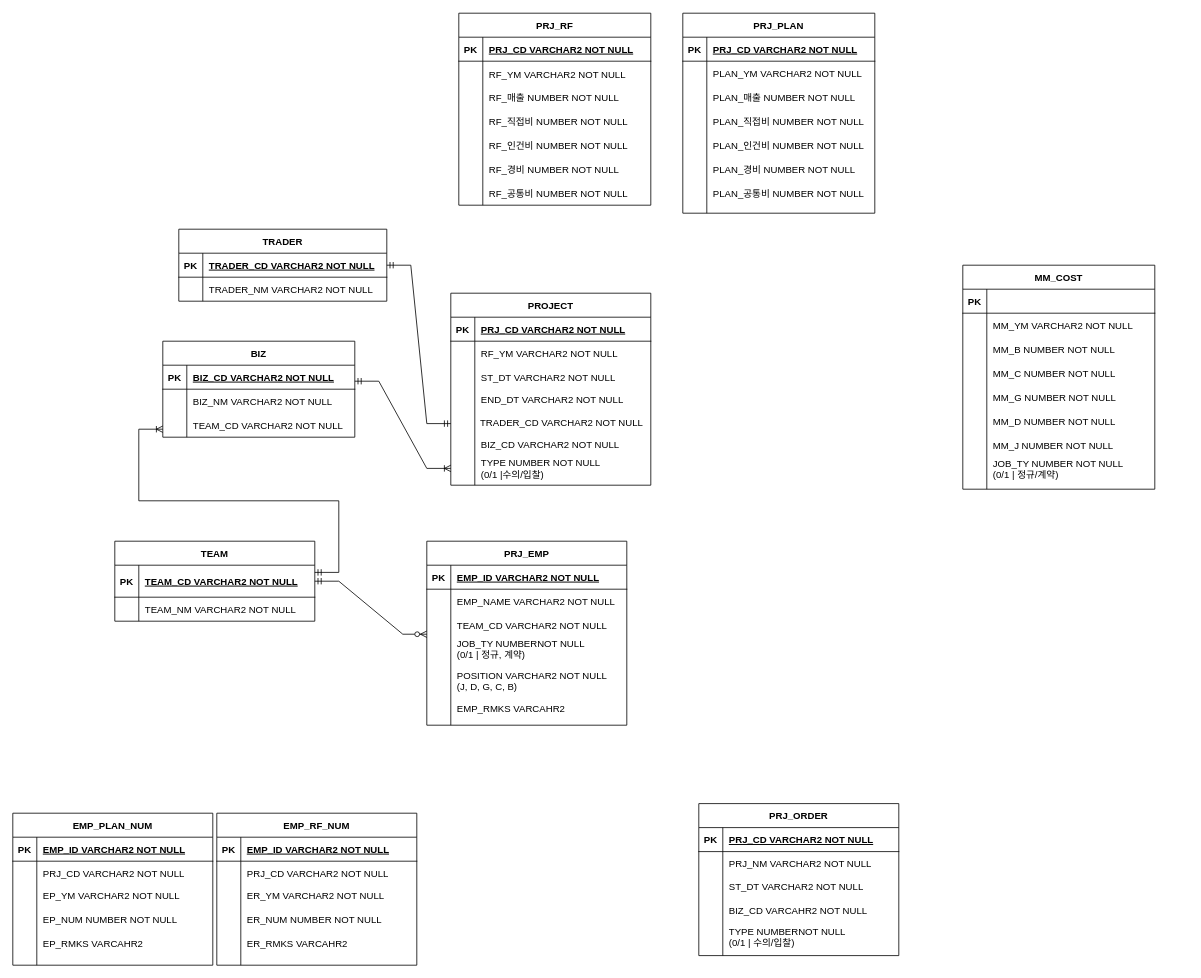
This is Untitled Diagram.drawio from wonjongah/wonjongah.github.io, a draw.io file, before an edit. Source tidied: cells renumbered, new cells numbered last; positions are measured from the earlier drawing's top-left corner, leaving out a move shared by most shapes. Both pictures are drawn from the tidied source at 80%, with x=0, y=0 at pixel (12, 13).
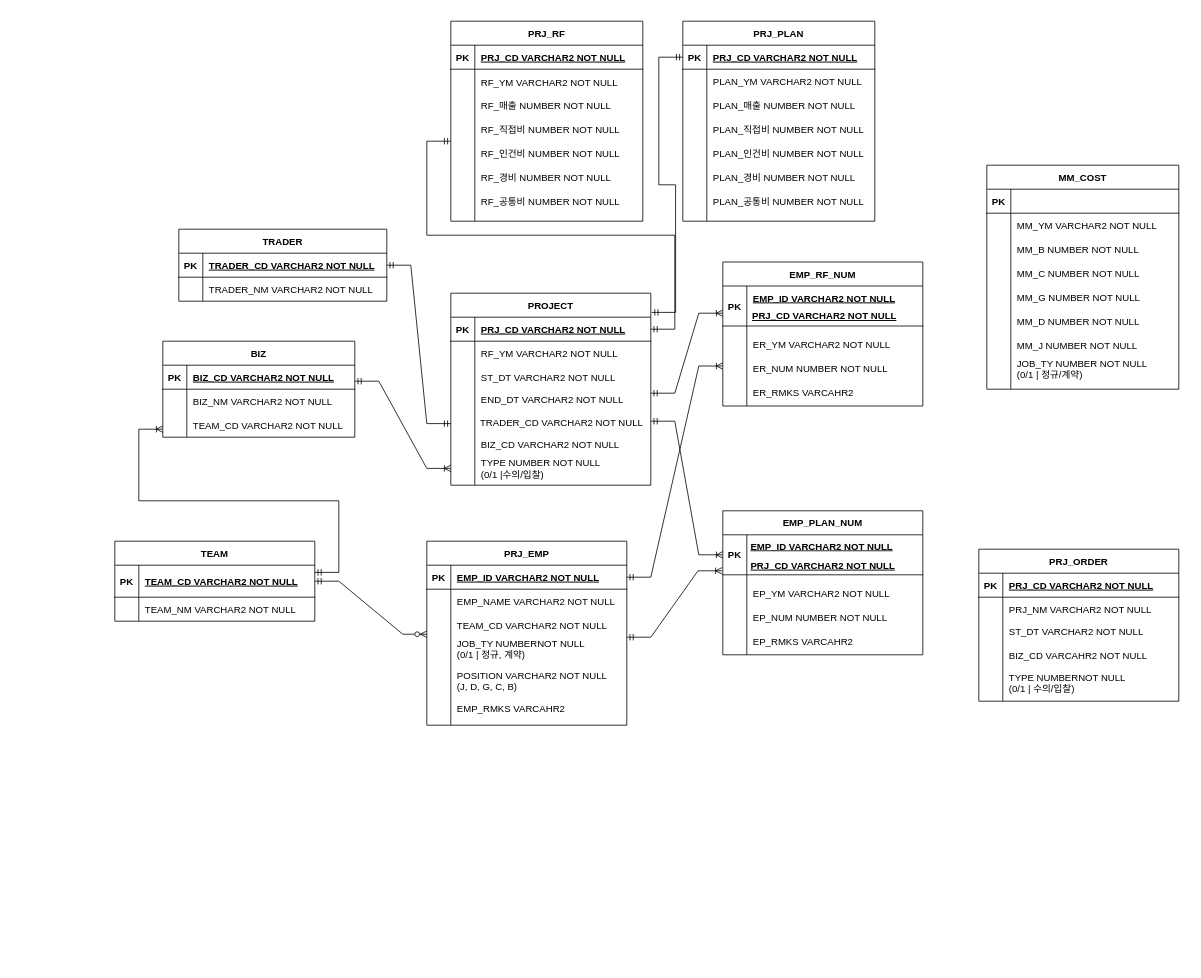
The same diagram, later.

Unchanged cells that the change refers to:
```xml
<mxCell id="2" value="PROJECT" style="shape=table;startSize=30;childLayout=tableLayout;rowLines=0;fontStyle=1;align=center;" parent="1" vertex="1">
  <mxGeometry x="548" y="350" width="250" height="240" as="geometry" />
</mxCell>
<mxCell id="3" style="shape=partialRectangle;fillColor=none;points=[[0,0.5],[1,0.5]];portConstraint=eastwest;top=0;left=0;right=0;bottom=1;" parent="2" vertex="1">
  <mxGeometry y="30" width="250" height="30" as="geometry" />
</mxCell>
<mxCell id="42" style="shape=partialRectangle;fillColor=none;points=[[0,0.5],[1,0.5]];portConstraint=eastwest;top=0;left=0;right=0;bottom=1;" parent="41" vertex="1">
  <mxGeometry y="30" width="240" height="30" as="geometry" />
</mxCell>
```

Change to the diagram source:
```diff
@@
     <mxCell id="10" value="MM_COST" style="shape=table;startSize=30;childLayout=tableLayout;rowLines=0;fontStyle=1;align=center;" parent="1" vertex="1">
-      <mxGeometry x="1188" y="315" width="240" height="280" as="geometry" />
+      <mxGeometry x="1218" y="190" width="240" height="280" as="geometry" />
     </mxCell>
@@
     <mxCell id="18" value="MM_YM VARCHAR2 NOT NULL" style="shape=partialRectangle;overflow=hidden;fillColor=none;top=0;left=0;bottom=0;right=0;align=left;spacingLeft=6;" parent="1" vertex="1">
-      <mxGeometry x="1218" y="375" width="220" height="30" as="geometry" />
+      <mxGeometry x="1248" y="250" width="220" height="30" as="geometry" />
     </mxCell>
     <mxCell id="19" value="MM_B NUMBER NOT NULL" style="shape=partialRectangle;overflow=hidden;fillColor=none;top=0;left=0;bottom=0;right=0;align=left;spacingLeft=6;" parent="1" vertex="1">
-      <mxGeometry x="1218" y="405" width="220" height="30" as="geometry" />
+      <mxGeometry x="1248" y="280" width="220" height="30" as="geometry" />
     </mxCell>
     <mxCell id="20" value="MM_C NUMBER NOT NULL" style="shape=partialRectangle;overflow=hidden;fillColor=none;top=0;left=0;bottom=0;right=0;align=left;spacingLeft=6;" parent="1" vertex="1">
-      <mxGeometry x="1218" y="435" width="220" height="30" as="geometry" />
+      <mxGeometry x="1248" y="310" width="220" height="30" as="geometry" />
     </mxCell>
     <mxCell id="21" value="MM_G NUMBER NOT NULL" style="shape=partialRectangle;overflow=hidden;fillColor=none;top=0;left=0;bottom=0;right=0;align=left;spacingLeft=6;" parent="1" vertex="1">
-      <mxGeometry x="1218" y="465" width="220" height="30" as="geometry" />
+      <mxGeometry x="1248" y="340" width="220" height="30" as="geometry" />
     </mxCell>
     <mxCell id="22" value="MM_D NUMBER NOT NULL" style="shape=partialRectangle;overflow=hidden;fillColor=none;top=0;left=0;bottom=0;right=0;align=left;spacingLeft=6;" parent="1" vertex="1">
-      <mxGeometry x="1218" y="495" width="220" height="30" as="geometry" />
+      <mxGeometry x="1248" y="370" width="220" height="30" as="geometry" />
     </mxCell>
     <mxCell id="23" value="MM_J NUMBER NOT NULL" style="shape=partialRectangle;overflow=hidden;fillColor=none;top=0;left=0;bottom=0;right=0;align=left;spacingLeft=6;" parent="1" vertex="1">
-      <mxGeometry x="1218" y="525" width="220" height="30" as="geometry" />
+      <mxGeometry x="1248" y="400" width="220" height="30" as="geometry" />
     </mxCell>
     <mxCell id="24" value="JOB_TY NUMBER NOT NULL&#10;(0/1 | 정규/계약)" style="shape=partialRectangle;overflow=hidden;fillColor=none;top=0;left=0;bottom=0;right=0;align=left;spacingLeft=6;" parent="1" vertex="1">
-      <mxGeometry x="1218" y="555" width="220" height="30" as="geometry" />
+      <mxGeometry x="1248" y="430" width="220" height="30" as="geometry" />
     </mxCell>
@@
     <mxCell id="41" value="PRJ_PLAN" style="shape=table;startSize=30;childLayout=tableLayout;rowLines=0;fontStyle=1;align=center;" parent="1" vertex="1">
-      <mxGeometry x="838" width="240" height="250" as="geometry" />
+      <mxGeometry x="838" y="10" width="240" height="250" as="geometry" />
     </mxCell>
@@
     <mxCell id="48" value="PLAN_YM VARCHAR2 NOT NULL" style="shape=partialRectangle;overflow=hidden;fillColor=none;top=0;left=0;bottom=0;right=0;align=left;spacingLeft=6;" parent="1" vertex="1">
-      <mxGeometry x="868" y="60" width="220" height="30" as="geometry" />
+      <mxGeometry x="868" y="70" width="220" height="30" as="geometry" />
     </mxCell>
     <mxCell id="49" value="PLAN_매출 NUMBER NOT NULL" style="shape=partialRectangle;overflow=hidden;fillColor=none;top=0;left=0;bottom=0;right=0;align=left;spacingLeft=6;" parent="1" vertex="1">
-      <mxGeometry x="868" y="90" width="220" height="30" as="geometry" />
+      <mxGeometry x="868" y="100" width="220" height="30" as="geometry" />
     </mxCell>
     <mxCell id="50" value="PLAN_인건비 NUMBER NOT NULL" style="shape=partialRectangle;overflow=hidden;fillColor=none;top=0;left=0;bottom=0;right=0;align=left;spacingLeft=6;" parent="1" vertex="1">
-      <mxGeometry x="868" y="150" width="220" height="30" as="geometry" />
+      <mxGeometry x="868" y="160" width="220" height="30" as="geometry" />
     </mxCell>
     <mxCell id="51" value="PLAN_경비 NUMBER NOT NULL" style="shape=partialRectangle;overflow=hidden;fillColor=none;top=0;left=0;bottom=0;right=0;align=left;spacingLeft=6;" parent="1" vertex="1">
-      <mxGeometry x="868" y="180" width="220" height="30" as="geometry" />
+      <mxGeometry x="868" y="190" width="220" height="30" as="geometry" />
     </mxCell>
     <mxCell id="52" value="PLAN_공통비 NUMBER NOT NULL" style="shape=partialRectangle;overflow=hidden;fillColor=none;top=0;left=0;bottom=0;right=0;align=left;spacingLeft=6;" parent="1" vertex="1">
-      <mxGeometry x="868" y="210" width="220" height="30" as="geometry" />
+      <mxGeometry x="868" y="220" width="220" height="30" as="geometry" />
     </mxCell>
     <mxCell id="53" value="PRJ_RF" style="shape=table;startSize=30;childLayout=tableLayout;rowLines=0;fontStyle=1;align=center;" parent="1" vertex="1">
-      <mxGeometry x="558" width="240" height="240" as="geometry" />
+      <mxGeometry x="548" y="10" width="240" height="250" as="geometry" />
     </mxCell>
@@
     <mxCell id="57" style="shape=partialRectangle;fillColor=none;top=0;left=0;right=0;bottom=0;" parent="53" vertex="1">
-      <mxGeometry y="60" width="240" height="180" as="geometry" />
+      <mxGeometry y="60" width="240" height="190" as="geometry" />
     </mxCell>
     <mxCell id="58" style="shape=partialRectangle;overflow=hidden;fillColor=none;top=0;left=0;bottom=0;right=0;" parent="57" vertex="1">
-      <mxGeometry width="30" height="180" as="geometry" />
+      <mxGeometry width="30" height="190" as="geometry" />
     </mxCell>
     <mxCell id="59" style="shape=partialRectangle;overflow=hidden;fillColor=none;top=0;left=0;bottom=0;right=0;align=left;spacingLeft=6;" parent="57" vertex="1">
-      <mxGeometry x="30" width="210" height="180" as="geometry" />
+      <mxGeometry x="30" width="210" height="190" as="geometry" />
     </mxCell>
@@
     <mxCell id="61" value="PRJ_CD VARCHAR2 NOT NULL" style="shape=partialRectangle;overflow=hidden;fillColor=none;top=0;left=0;bottom=0;right=0;align=left;spacingLeft=6;fontStyle=5;" parent="1" vertex="1">
-      <mxGeometry x="588" y="30" width="220" height="30" as="geometry" />
+      <mxGeometry x="578" y="40" width="220" height="30" as="geometry" />
     </mxCell>
     <mxCell id="62" value="RF_YM VARCHAR2 NOT NULL" style="shape=partialRectangle;overflow=hidden;fillColor=none;top=0;left=0;bottom=0;right=0;align=left;spacingLeft=6;" parent="1" vertex="1">
-      <mxGeometry x="588" y="61" width="220" height="30" as="geometry" />
+      <mxGeometry x="578" y="71" width="220" height="30" as="geometry" />
     </mxCell>
     <mxCell id="63" value="RF_매출 NUMBER NOT NULL" style="shape=partialRectangle;overflow=hidden;fillColor=none;top=0;left=0;bottom=0;right=0;align=left;spacingLeft=6;" parent="1" vertex="1">
-      <mxGeometry x="588" y="90" width="220" height="30" as="geometry" />
+      <mxGeometry x="578" y="100" width="220" height="30" as="geometry" />
     </mxCell>
     <mxCell id="64" value="RF_직접비 NUMBER NOT NULL" style="shape=partialRectangle;overflow=hidden;fillColor=none;top=0;left=0;bottom=0;right=0;align=left;spacingLeft=6;" parent="1" vertex="1">
-      <mxGeometry x="588" y="120" width="220" height="30" as="geometry" />
+      <mxGeometry x="578" y="130" width="220" height="30" as="geometry" />
     </mxCell>
     <mxCell id="65" value="RF_인건비 NUMBER NOT NULL" style="shape=partialRectangle;overflow=hidden;fillColor=none;top=0;left=0;bottom=0;right=0;align=left;spacingLeft=6;" parent="1" vertex="1">
-      <mxGeometry x="588" y="150" width="220" height="30" as="geometry" />
+      <mxGeometry x="578" y="160" width="220" height="30" as="geometry" />
     </mxCell>
     <mxCell id="66" value="RF_공통비 NUMBER NOT NULL" style="shape=partialRectangle;overflow=hidden;fillColor=none;top=0;left=0;bottom=0;right=0;align=left;spacingLeft=6;" parent="1" vertex="1">
-      <mxGeometry x="588" y="210" width="220" height="30" as="geometry" />
+      <mxGeometry x="578" y="220" width="220" height="30" as="geometry" />
     </mxCell>
     <mxCell id="67" value="PRJ_CD VARCHAR2 NOT NULL" style="shape=partialRectangle;overflow=hidden;fillColor=none;top=0;left=0;bottom=0;right=0;align=left;spacingLeft=6;fontStyle=5;" parent="1" vertex="1">
-      <mxGeometry x="868" y="30" width="220" height="30" as="geometry" />
+      <mxGeometry x="868" y="40" width="220" height="30" as="geometry" />
     </mxCell>
     <mxCell id="68" value="PLAN_직접비 NUMBER NOT NULL" style="shape=partialRectangle;overflow=hidden;fillColor=none;top=0;left=0;bottom=0;right=0;align=left;spacingLeft=6;" parent="1" vertex="1">
-      <mxGeometry x="868" y="120" width="220" height="30" as="geometry" />
+      <mxGeometry x="868" y="130" width="220" height="30" as="geometry" />
     </mxCell>
@@
     <mxCell id="99" value="PRJ_ORDER" style="shape=table;startSize=30;childLayout=tableLayout;rowLines=0;fontStyle=1;align=center;" parent="1" vertex="1">
-      <mxGeometry x="858" y="988" width="250" height="190" as="geometry" />
+      <mxGeometry x="1208" y="670" width="250" height="190" as="geometry" />
     </mxCell>
@@
     <mxCell id="106" value="PRJ_NM VARCHAR2 NOT NULL" style="shape=partialRectangle;overflow=hidden;fillColor=none;top=0;left=0;bottom=0;right=0;align=left;spacingLeft=6;" parent="1" vertex="1">
-      <mxGeometry x="888" y="1048" width="220" height="30" as="geometry" />
+      <mxGeometry x="1238" y="730" width="220" height="30" as="geometry" />
     </mxCell>
     <mxCell id="107" value="ST_DT VARCHAR2 NOT NULL" style="shape=partialRectangle;overflow=hidden;fillColor=none;top=0;left=0;bottom=0;right=0;align=left;spacingLeft=6;" parent="1" vertex="1">
-      <mxGeometry x="888" y="1076" width="220" height="30" as="geometry" />
+      <mxGeometry x="1238" y="758" width="220" height="30" as="geometry" />
     </mxCell>
     <mxCell id="108" value="TYPE NUMBERNOT NULL&#10;(0/1 | 수의/입찰)" style="shape=partialRectangle;overflow=hidden;fillColor=none;top=0;left=0;bottom=0;right=0;align=left;spacingLeft=6;" parent="1" vertex="1">
-      <mxGeometry x="888" y="1140" width="220" height="30" as="geometry" />
+      <mxGeometry x="1238" y="822" width="220" height="30" as="geometry" />
     </mxCell>
     <mxCell id="109" value="BIZ_CD VARCAHR2 NOT NULL" style="shape=partialRectangle;overflow=hidden;fillColor=none;top=0;left=0;bottom=0;right=0;align=left;spacingLeft=6;" parent="1" vertex="1">
-      <mxGeometry x="888" y="1106" width="220" height="30" as="geometry" />
+      <mxGeometry x="1238" y="788" width="220" height="30" as="geometry" />
     </mxCell>
@@
     <mxCell id="111" value="EMP_RF_NUM" style="shape=table;startSize=30;childLayout=tableLayout;rowLines=0;fontStyle=1;align=center;" parent="1" vertex="1">
-      <mxGeometry x="255.5" y="1000" width="250" height="190" as="geometry" />
+      <mxGeometry x="888" y="311" width="250" height="180" as="geometry" />
     </mxCell>
     <mxCell id="112" style="shape=partialRectangle;fillColor=none;top=0;left=0;right=0;bottom=1;" parent="111" vertex="1">
-      <mxGeometry y="30" width="250" height="30" as="geometry" />
+      <mxGeometry y="30" width="250" height="50" as="geometry" />
     </mxCell>
     <mxCell id="113" value="PK" style="shape=partialRectangle;overflow=hidden;fillColor=none;top=0;left=0;bottom=0;right=0;fontStyle=1;" parent="112" vertex="1">
-      <mxGeometry width="30" height="30" as="geometry" />
+      <mxGeometry width="30" height="50" as="geometry" />
     </mxCell>
-    <mxCell id="114" value="EMP_ID VARCHAR2 NOT NULL " style="shape=partialRectangle;overflow=hidden;fillColor=none;top=0;left=0;bottom=0;right=0;align=left;spacingLeft=6;fontStyle=5;" parent="112" vertex="1">
-      <mxGeometry x="30" width="220" height="30" as="geometry" />
+    <mxCell id="114" style="shape=partialRectangle;overflow=hidden;fillColor=none;top=0;left=0;bottom=0;right=0;align=left;spacingLeft=6;fontStyle=5;" parent="112" vertex="1">
+      <mxGeometry x="30" width="220" height="50" as="geometry" />
     </mxCell>
     <mxCell id="115" style="shape=partialRectangle;fillColor=none;points=[[0,0.5],[1,0.5]];portConstraint=eastwest;top=0;left=0;right=0;bottom=0;" parent="111" vertex="1">
-      <mxGeometry y="60" width="250" height="130" as="geometry" />
+      <mxGeometry y="80" width="250" height="100" as="geometry" />
     </mxCell>
     <mxCell id="116" style="shape=partialRectangle;overflow=hidden;fillColor=none;top=0;left=0;bottom=0;right=0;" parent="115" vertex="1">
-      <mxGeometry width="30" height="130" as="geometry" />
+      <mxGeometry width="30" height="100" as="geometry" />
     </mxCell>
     <mxCell id="117" style="shape=partialRectangle;overflow=hidden;fillColor=none;top=0;left=0;bottom=0;right=0;align=left;spacingLeft=6;" parent="115" vertex="1">
-      <mxGeometry x="30" width="220" height="130" as="geometry" />
+      <mxGeometry x="30" width="220" height="100" as="geometry" />
     </mxCell>
-    <mxCell id="118" value="PRJ_CD VARCHAR2 NOT NULL" style="shape=partialRectangle;overflow=hidden;fillColor=none;top=0;left=0;bottom=0;right=0;align=left;spacingLeft=6;" parent="1" vertex="1">
-      <mxGeometry x="285.5" y="1060" width="220" height="30" as="geometry" />
+    <mxCell id="118" value="PRJ_CD VARCHAR2 NOT NULL" style="shape=partialRectangle;overflow=hidden;fillColor=none;top=0;left=0;bottom=0;right=0;align=left;spacingLeft=6;fontStyle=5;" parent="1" vertex="1">
+      <mxGeometry x="917" y="363" width="220" height="30" as="geometry" />
     </mxCell>
     <mxCell id="119" value="EMP_PLAN_NUM" style="shape=table;startSize=30;childLayout=tableLayout;rowLines=0;fontStyle=1;align=center;" parent="1" vertex="1">
-      <mxGeometry x="0.5" y="1000" width="250" height="190" as="geometry" />
+      <mxGeometry x="888" y="622" width="250" height="180" as="geometry" />
     </mxCell>
     <mxCell id="120" style="shape=partialRectangle;fillColor=none;points=[[0,0.5],[1,0.5]];portConstraint=eastwest;top=0;left=0;right=0;bottom=1;" parent="119" vertex="1">
-      <mxGeometry y="30" width="250" height="30" as="geometry" />
+      <mxGeometry y="30" width="250" height="50" as="geometry" />
     </mxCell>
     <mxCell id="121" value="PK" style="shape=partialRectangle;overflow=hidden;fillColor=none;top=0;left=0;bottom=0;right=0;fontStyle=1;" parent="120" vertex="1">
-      <mxGeometry width="30" height="30" as="geometry" />
+      <mxGeometry width="30" height="50" as="geometry" />
     </mxCell>
-    <mxCell id="122" value="EMP_ID VARCHAR2 NOT NULL " style="shape=partialRectangle;overflow=hidden;fillColor=none;top=0;left=0;bottom=0;right=0;align=left;spacingLeft=6;fontStyle=5;" parent="120" vertex="1">
-      <mxGeometry x="30" width="220" height="30" as="geometry" />
+    <mxCell id="122" style="shape=partialRectangle;overflow=hidden;fillColor=none;top=0;left=0;bottom=0;right=0;align=left;spacingLeft=6;fontStyle=5;" parent="120" vertex="1">
+      <mxGeometry x="30" width="220" height="50" as="geometry" />
     </mxCell>
     <mxCell id="123" style="shape=partialRectangle;fillColor=none;points=[[0,0.5],[1,0.5]];portConstraint=eastwest;top=0;left=0;right=0;bottom=0;" parent="119" vertex="1">
-      <mxGeometry y="60" width="250" height="130" as="geometry" />
+      <mxGeometry y="80" width="250" height="100" as="geometry" />
     </mxCell>
     <mxCell id="124" style="shape=partialRectangle;overflow=hidden;fillColor=none;top=0;left=0;bottom=0;right=0;" parent="123" vertex="1">
-      <mxGeometry width="30" height="130" as="geometry" />
+      <mxGeometry width="30" height="100" as="geometry" />
     </mxCell>
     <mxCell id="125" style="shape=partialRectangle;overflow=hidden;fillColor=none;top=0;left=0;bottom=0;right=0;align=left;spacingLeft=6;" parent="123" vertex="1">
-      <mxGeometry x="30" width="220" height="130" as="geometry" />
+      <mxGeometry x="30" width="220" height="100" as="geometry" />
     </mxCell>
-    <mxCell id="126" value="PRJ_CD VARCHAR2 NOT NULL" style="shape=partialRectangle;overflow=hidden;fillColor=none;top=0;left=0;bottom=0;right=0;align=left;spacingLeft=6;" parent="1" vertex="1">
-      <mxGeometry x="30.5" y="1060" width="220" height="30" as="geometry" />
+    <mxCell id="126" value="PRJ_CD VARCHAR2 NOT NULL" style="shape=partialRectangle;overflow=hidden;fillColor=none;top=0;left=0;bottom=0;right=0;align=left;spacingLeft=6;fontStyle=5;" parent="1" vertex="1">
+      <mxGeometry x="915" y="675" width="220" height="30" as="geometry" />
     </mxCell>
     <mxCell id="127" value="EP_YM VARCHAR2 NOT NULL" style="shape=partialRectangle;overflow=hidden;fillColor=none;top=0;left=0;bottom=0;right=0;align=left;spacingLeft=6;" parent="1" vertex="1">
-      <mxGeometry x="30.5" y="1088" width="220" height="30" as="geometry" />
+      <mxGeometry x="918" y="710" width="220" height="30" as="geometry" />
     </mxCell>
     <mxCell id="128" value="ER_YM VARCHAR2 NOT NULL" style="shape=partialRectangle;overflow=hidden;fillColor=none;top=0;left=0;bottom=0;right=0;align=left;spacingLeft=6;" parent="1" vertex="1">
-      <mxGeometry x="285.5" y="1088" width="220" height="30" as="geometry" />
+      <mxGeometry x="918" y="399" width="220" height="30" as="geometry" />
     </mxCell>
     <mxCell id="129" value="EP_NUM NUMBER NOT NULL" style="shape=partialRectangle;overflow=hidden;fillColor=none;top=0;left=0;bottom=0;right=0;align=left;spacingLeft=6;" parent="1" vertex="1">
-      <mxGeometry x="30.5" y="1118" width="220" height="30" as="geometry" />
+      <mxGeometry x="918" y="740" width="220" height="30" as="geometry" />
     </mxCell>
     <mxCell id="130" value="ER_NUM NUMBER NOT NULL" style="shape=partialRectangle;overflow=hidden;fillColor=none;top=0;left=0;bottom=0;right=0;align=left;spacingLeft=6;" parent="1" vertex="1">
-      <mxGeometry x="285.5" y="1118" width="220" height="30" as="geometry" />
+      <mxGeometry x="918" y="429" width="220" height="30" as="geometry" />
     </mxCell>
     <mxCell id="131" value="EP_RMKS VARCAHR2 " style="shape=partialRectangle;overflow=hidden;fillColor=none;top=0;left=0;bottom=0;right=0;align=left;spacingLeft=6;" parent="1" vertex="1">
-      <mxGeometry x="30.5" y="1148" width="220" height="30" as="geometry" />
+      <mxGeometry x="918" y="770" width="220" height="30" as="geometry" />
     </mxCell>
     <mxCell id="132" value="ER_RMKS VARCAHR2 " style="shape=partialRectangle;overflow=hidden;fillColor=none;top=0;left=0;bottom=0;right=0;align=left;spacingLeft=6;" parent="1" vertex="1">
-      <mxGeometry x="285.5" y="1148" width="220" height="30" as="geometry" />
+      <mxGeometry x="918" y="459" width="220" height="30" as="geometry" />
     </mxCell>
     <mxCell id="133" value="RF_경비 NUMBER NOT NULL" style="shape=partialRectangle;overflow=hidden;fillColor=none;top=0;left=0;bottom=0;right=0;align=left;spacingLeft=6;" parent="1" vertex="1">
-      <mxGeometry x="588" y="180" width="220" height="30" as="geometry" />
+      <mxGeometry x="578" y="190" width="220" height="30" as="geometry" />
     </mxCell>
+    <mxCell id="134" style="edgeStyle=entityRelationEdgeStyle;fontSize=12;html=1;endArrow=ERmandOne;startArrow=ERmandOne;rounded=0;exitX=1;exitY=0.5;exitDx=0;exitDy=0;" parent="1" edge="1" source="3">
+      <mxGeometry relative="1" as="geometry">
+        <mxPoint x="548" y="160" as="targetPoint" />
+      </mxGeometry>
+    </mxCell>
+    <mxCell id="135" style="edgeStyle=entityRelationEdgeStyle;fontSize=12;html=1;endArrow=ERmandOne;startArrow=ERmandOne;rounded=0;exitX=1.004;exitY=0.1;exitDx=0;exitDy=0;entryX=0;entryY=0.5;entryDx=0;entryDy=0;exitPerimeter=0;" parent="1" edge="1" source="2" target="42">
+      <mxGeometry relative="1" as="geometry" />
+    </mxCell>
+    <mxCell id="136" value="EMP_ID VARCHAR2 NOT NULL" style="shape=partialRectangle;overflow=hidden;fillColor=none;top=0;left=0;bottom=0;right=0;align=left;spacingLeft=6;fontStyle=5;" parent="1" vertex="1">
+      <mxGeometry x="918" y="341" width="220" height="30" as="geometry" />
+    </mxCell>
+    <mxCell id="137" value="&lt;span style=&quot;color: rgb(0, 0, 0); font-family: helvetica; font-size: 12px; font-style: normal; font-weight: 700; letter-spacing: normal; text-align: left; text-indent: 0px; text-transform: none; word-spacing: 0px; background-color: rgb(248, 249, 250); text-decoration: underline; display: inline; float: none;&quot;&gt;EMP_ID VARCHAR2 NOT NULL&lt;/span&gt;" style="text;whiteSpace=wrap;html=1;" parent="1" vertex="1">
+      <mxGeometry x="921" y="653" width="200" height="30" as="geometry" />
+    </mxCell>
+    <mxCell id="138" style="edgeStyle=entityRelationEdgeStyle;fontSize=12;html=1;endArrow=ERoneToMany;startArrow=ERmandOne;rounded=0;" parent="1" edge="1">
+      <mxGeometry relative="1" as="geometry">
+        <mxPoint x="798" y="475" as="sourcePoint" />
+        <mxPoint x="888" y="375" as="targetPoint" />
+      </mxGeometry>
+    </mxCell>
+    <mxCell id="139" style="edgeStyle=entityRelationEdgeStyle;fontSize=12;html=1;endArrow=ERoneToMany;startArrow=ERmandOne;rounded=0;entryX=0;entryY=0.5;entryDx=0;entryDy=0;" parent="1" edge="1" target="120">
+      <mxGeometry relative="1" as="geometry">
+        <mxPoint x="798" y="510" as="sourcePoint" />
+      </mxGeometry>
+    </mxCell>
+    <mxCell id="140" style="edgeStyle=entityRelationEdgeStyle;fontSize=12;html=1;endArrow=ERoneToMany;startArrow=ERmandOne;rounded=0;entryX=0;entryY=0.5;entryDx=0;entryDy=0;" parent="1" edge="1" target="115">
+      <mxGeometry relative="1" as="geometry">
+        <mxPoint x="768" y="705" as="sourcePoint" />
+      </mxGeometry>
+    </mxCell>
+    <mxCell id="141" style="edgeStyle=entityRelationEdgeStyle;fontSize=12;html=1;endArrow=ERoneToMany;startArrow=ERmandOne;rounded=0;entryX=-0.004;entryY=-0.05;entryDx=0;entryDy=0;entryPerimeter=0;" parent="1" edge="1" target="123">
+      <mxGeometry relative="1" as="geometry">
+        <mxPoint x="768" y="780" as="sourcePoint" />
+      </mxGeometry>
+    </mxCell>
```
